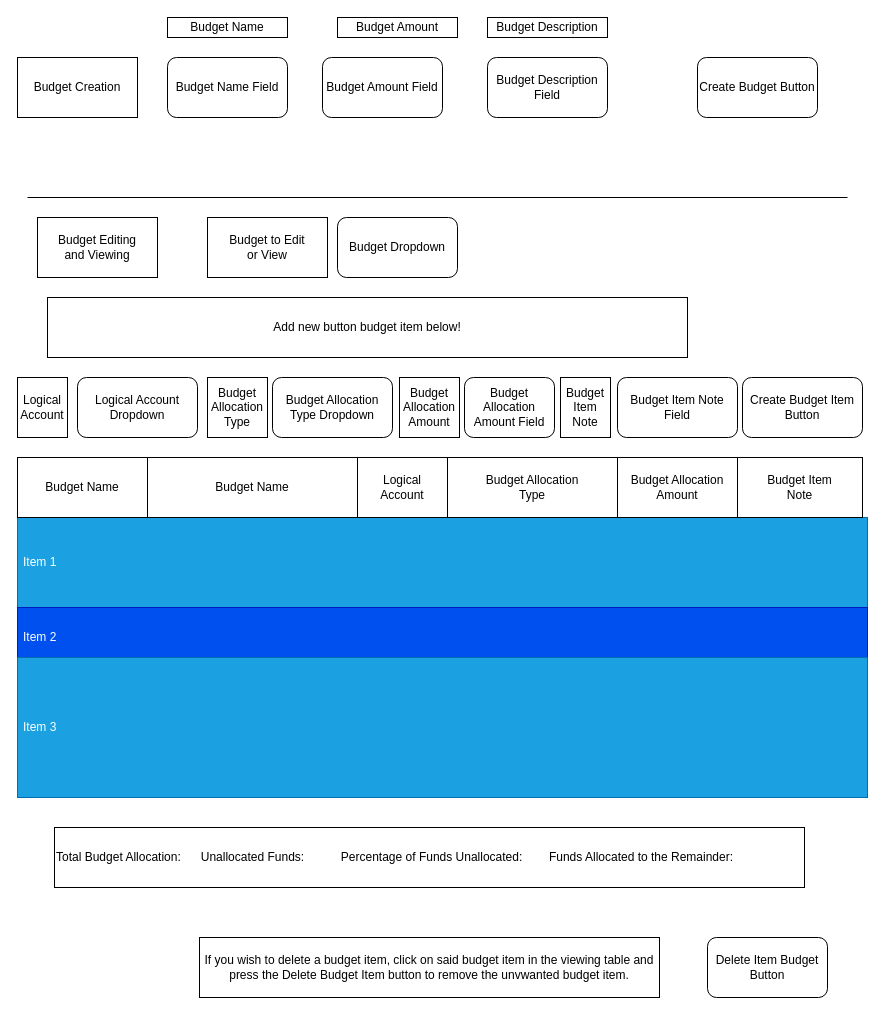
Trenton-Gibson/Python-Finance-Project keeps this draw.io diagram as page "Budgeting UI Rought Draft" (3 of 3) of Budgeting UI.drawio. Above is the earlier version. Source tidied: cells renumbered, new cells numbered last; positions are measured from the earlier drawing's top-left corner, leaving out a move shared by most shapes. Both pictures are drawn from the tidied source at 100%, with x=0, y=0 at pixel (17, 17).
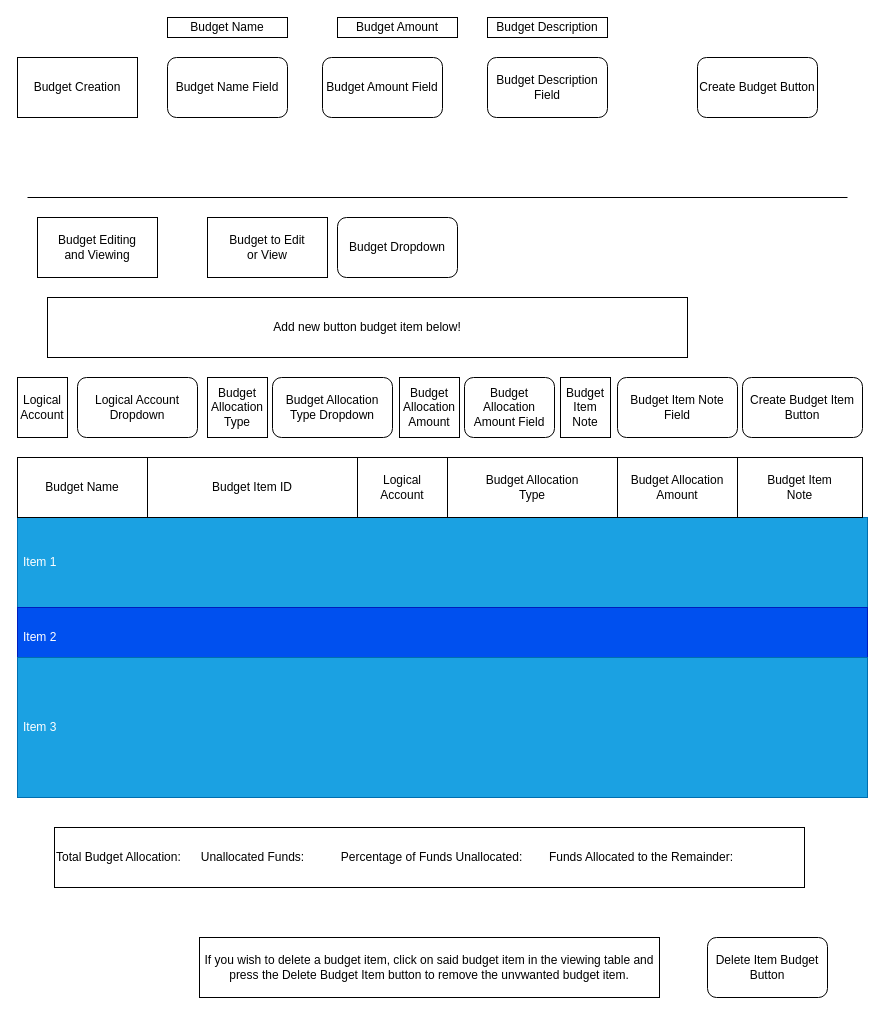
The same page after the edit.

Change to the diagram source:
```diff
@@
-    <mxCell id="35" value="Budget Name" style="rounded=0;whiteSpace=wrap;html=1;" parent="1" vertex="1">
+    <mxCell id="35" value="Budget Item ID" style="rounded=0;whiteSpace=wrap;html=1;" parent="1" vertex="1">
       <mxGeometry x="130" y="440" width="210" height="60" as="geometry" />
     </mxCell>
```
